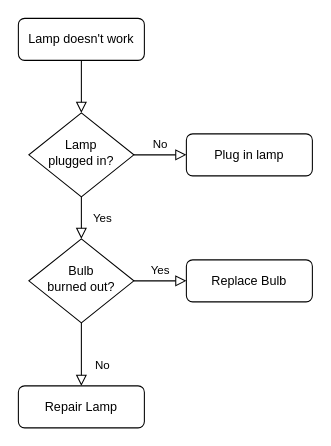
Before: url_record.drawio in silan-liu/drawio, a draw.io diagram. Source tidied: cells renumbered, new cells numbered last; positions are measured from the earlier drawing's top-left corner, leaving out a move shared by most shapes. Both pictures are drawn from the tidied source at 105%, with x=0, y=0 at pixel (18, 18).
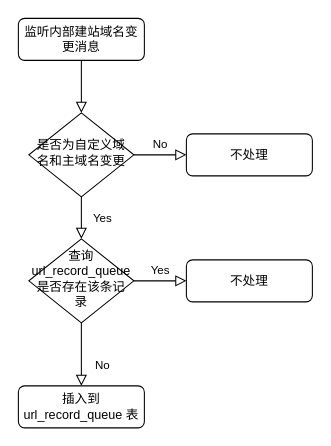
The same page after the edit.

The edit, as a diff of the source:
```diff
@@
 <mxGraphModel>
   <root>
     <mxCell id="0" />
     <mxCell id="1" parent="0" />
     <mxCell id="2" style="rounded=0;html=1;jettySize=auto;fontSize=11;endArrow=block;endFill=0;endSize=8;strokeWidth=1;shadow=0;labelBackgroundColor=none;edgeStyle=orthogonalEdgeStyle;" parent="1" edge="1" source="3" target="6">
       <mxGeometry relative="1" as="geometry" />
     </mxCell>
-    <mxCell id="3" value="Lamp doesn't work" style="rounded=1;whiteSpace=wrap;html=1;fontSize=12;glass=0;strokeWidth=1;shadow=0;" parent="1" vertex="1">
+    <mxCell id="3" value="监听内部建站域名变更消息" style="rounded=1;whiteSpace=wrap;html=1;fontSize=12;glass=0;strokeWidth=1;shadow=0;" parent="1" vertex="1">
       <mxGeometry width="120" height="40" as="geometry" />
     </mxCell>
     <mxCell id="4" value="Yes" style="rounded=0;html=1;jettySize=auto;fontSize=11;endArrow=block;endFill=0;endSize=8;strokeWidth=1;shadow=0;labelBackgroundColor=none;edgeStyle=orthogonalEdgeStyle;" parent="1" edge="1" source="6" target="10">
       <mxGeometry y="20" relative="1" as="geometry" />
     </mxCell>
     <mxCell id="5" value="No" style="edgeStyle=orthogonalEdgeStyle;rounded=0;html=1;jettySize=auto;fontSize=11;endArrow=block;endFill=0;endSize=8;strokeWidth=1;shadow=0;labelBackgroundColor=none;" parent="1" edge="1" source="6" target="7">
       <mxGeometry y="10" relative="1" as="geometry" />
     </mxCell>
-    <mxCell id="6" value="Lamp&lt;br&gt;plugged in?" style="rhombus;whiteSpace=wrap;html=1;shadow=0;fontFamily=Helvetica;fontSize=12;align=center;strokeWidth=1;spacing=6;spacingTop=-4;" parent="1" vertex="1">
+    <mxCell id="6" value="是否为自定义域名和主域名变更" style="rhombus;whiteSpace=wrap;html=1;shadow=0;fontFamily=Helvetica;fontSize=12;align=center;strokeWidth=1;spacing=6;spacingTop=-4;" parent="1" vertex="1">
       <mxGeometry x="10" y="90" width="100" height="80" as="geometry" />
     </mxCell>
-    <mxCell id="7" value="Plug in lamp" style="rounded=1;whiteSpace=wrap;html=1;fontSize=12;glass=0;strokeWidth=1;shadow=0;" parent="1" vertex="1">
+    <mxCell id="7" value="不处理" style="rounded=1;whiteSpace=wrap;html=1;fontSize=12;glass=0;strokeWidth=1;shadow=0;" parent="1" vertex="1">
       <mxGeometry x="160" y="110" width="120" height="40" as="geometry" />
     </mxCell>
     <mxCell id="8" value="No" style="rounded=0;html=1;jettySize=auto;fontSize=11;endArrow=block;endFill=0;endSize=8;strokeWidth=1;shadow=0;labelBackgroundColor=none;edgeStyle=orthogonalEdgeStyle;" parent="1" edge="1" source="10" target="11">
       <mxGeometry x="0.33" y="20" relative="1" as="geometry" />
     </mxCell>
     <mxCell id="9" value="Yes" style="edgeStyle=orthogonalEdgeStyle;rounded=0;html=1;jettySize=auto;fontSize=11;endArrow=block;endFill=0;endSize=8;strokeWidth=1;shadow=0;labelBackgroundColor=none;" parent="1" edge="1" source="10" target="12">
       <mxGeometry y="10" relative="1" as="geometry" />
     </mxCell>
-    <mxCell id="10" value="Bulb&lt;br&gt;burned out?" style="rhombus;whiteSpace=wrap;html=1;shadow=0;fontFamily=Helvetica;fontSize=12;align=center;strokeWidth=1;spacing=6;spacingTop=-4;" parent="1" vertex="1">
+    <mxCell id="10" value="查询 url_record_queue 是否存在该条记录" style="rhombus;whiteSpace=wrap;html=1;shadow=0;fontFamily=Helvetica;fontSize=12;align=center;strokeWidth=1;spacing=6;spacingTop=-4;" parent="1" vertex="1">
       <mxGeometry x="10" y="210" width="100" height="80" as="geometry" />
     </mxCell>
-    <mxCell id="11" value="Repair Lamp" style="rounded=1;whiteSpace=wrap;html=1;fontSize=12;glass=0;strokeWidth=1;shadow=0;" parent="1" vertex="1">
+    <mxCell id="11" value="插入到 url_record_queue 表" style="rounded=1;whiteSpace=wrap;html=1;fontSize=12;glass=0;strokeWidth=1;shadow=0;" parent="1" vertex="1">
       <mxGeometry y="350" width="120" height="40" as="geometry" />
     </mxCell>
-    <mxCell id="12" value="Replace Bulb" style="rounded=1;whiteSpace=wrap;html=1;fontSize=12;glass=0;strokeWidth=1;shadow=0;" parent="1" vertex="1">
+    <mxCell id="12" value="不处理" style="rounded=1;whiteSpace=wrap;html=1;fontSize=12;glass=0;strokeWidth=1;shadow=0;" parent="1" vertex="1">
       <mxGeometry x="160" y="230" width="120" height="40" as="geometry" />
     </mxCell>
   </root>
 </mxGraphModel>
```
